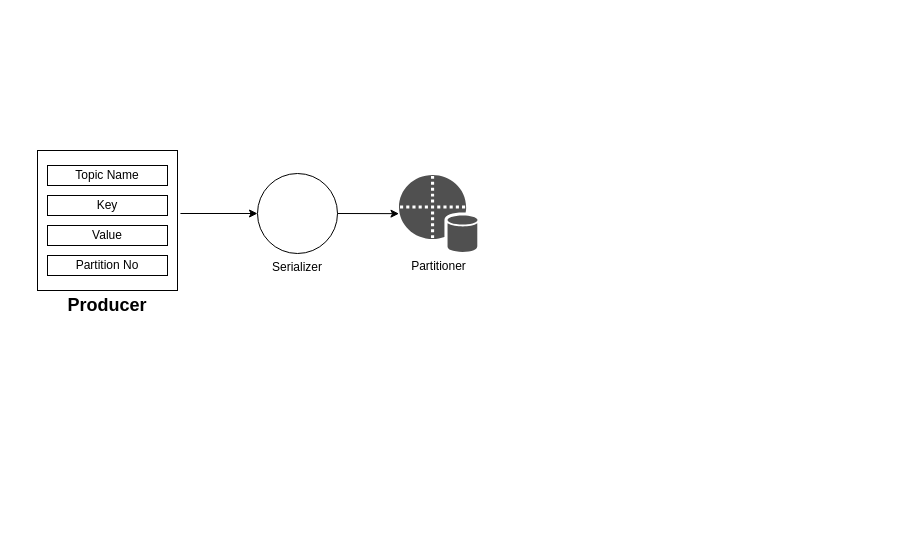
Earlier version of the draw.io diagram producerworkflow.drawio (srinivaspuranamhyd/arc-diagrams). Source tidied: cells renumbered, new cells numbered last; positions are measured from the earlier drawing's top-left corner, leaving out a move shared by most shapes. Both pictures are drawn from the tidied source at 100%, with x=0, y=0 at pixel (37, 150). Pictures stored in the file or linked from it are replaced by grey dashed boxes.
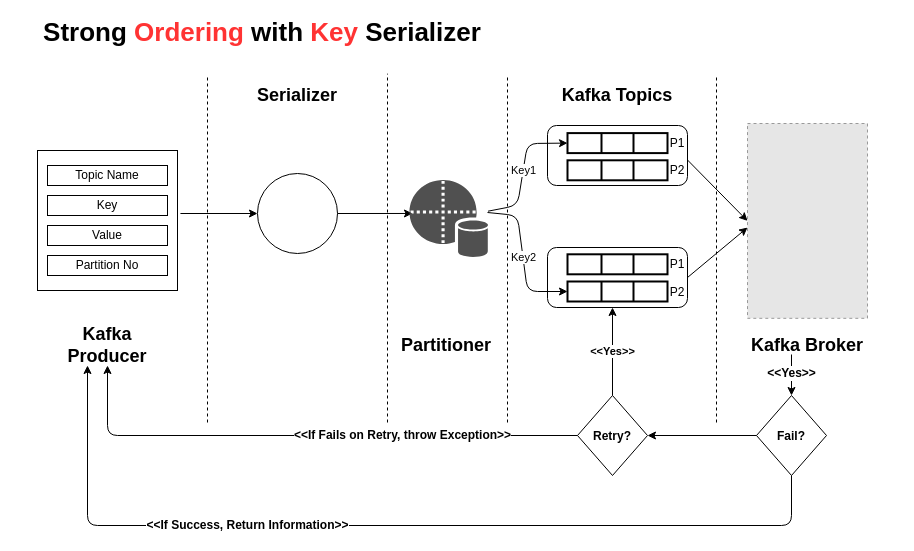
The same diagram, later.

Change to the diagram source:
```diff
@@
-    <mxCell id="3" value="Producer" style="text;html=1;strokeColor=none;fillColor=none;align=center;verticalAlign=middle;whiteSpace=wrap;rounded=0;fontStyle=1;fontSize=18;" parent="1" vertex="1">
-      <mxGeometry x="50" y="145" width="40" height="20" as="geometry" />
+    <mxCell id="3" value="Kafka Producer" style="text;html=1;strokeColor=none;fillColor=none;align=center;verticalAlign=middle;whiteSpace=wrap;rounded=0;fontStyle=1;fontSize=18;" parent="1" vertex="1">
+      <mxGeometry x="50" y="185" width="40" height="20" as="geometry" />
     </mxCell>
@@
-    <mxCell id="9" value="Serializer" style="ellipse;whiteSpace=wrap;html=1;labelPosition=center;verticalLabelPosition=bottom;align=center;verticalAlign=top;" parent="1" vertex="1">
+    <mxCell id="9" style="ellipse;whiteSpace=wrap;html=1;labelPosition=center;verticalLabelPosition=bottom;align=center;verticalAlign=top;" parent="1" vertex="1">
       <mxGeometry x="220" y="23" width="80" height="80" as="geometry" />
     </mxCell>
-    <mxCell id="10" style="endArrow=classic;html=1;fontSize=18;exitX=1;exitY=0.5;exitDx=0;exitDy=0;" parent="1" edge="1" source="9" target="11">
+    <mxCell id="10" style="endArrow=classic;html=1;fontSize=18;exitX=1;exitY=0.5;exitDx=0;exitDy=0;entryX=0.038;entryY=0.432;entryDx=0;entryDy=0;entryPerimeter=0;" parent="1" edge="1" source="9" target="11">
       <mxGeometry relative="1" as="geometry" />
     </mxCell>
-    <mxCell id="11" value="Partitioner" style="shadow=0;dashed=0;html=1;strokeColor=none;fillColor=#505050;labelPosition=center;verticalLabelPosition=bottom;verticalAlign=top;outlineConnect=0;align=center;shape=mxgraph.office.databases.database_partition_4;" parent="1" vertex="1">
-      <mxGeometry x="361.5" y="24.5" width="78.5" height="77.5" as="geometry" />
+    <mxCell id="11" style="shadow=0;dashed=0;html=1;strokeColor=none;fillColor=#505050;labelPosition=center;verticalLabelPosition=bottom;verticalAlign=top;outlineConnect=0;align=center;shape=mxgraph.office.databases.database_partition_4;" parent="1" vertex="1">
+      <mxGeometry x="372" y="29.5" width="78.5" height="77.5" as="geometry" />
     </mxCell>
+    <mxCell id="12" style="rounded=1;whiteSpace=wrap;html=1;" parent="1" vertex="1">
+      <mxGeometry x="510" y="-25" width="140" height="60" as="geometry" />
+    </mxCell>
+    <mxCell id="13" style="rounded=1;whiteSpace=wrap;html=1;" parent="1" vertex="1">
+      <mxGeometry x="510" y="97" width="140" height="60" as="geometry" />
+    </mxCell>
+    <mxCell id="14" style="fillColor=#E6E6E6;strokeColor=#999999;dashed=1;verticalLabelPosition=bottom;labelBackgroundColor=#ffffff;verticalAlign=top;" parent="1" vertex="1">
+      <mxGeometry x="710" y="-27" width="120" height="194.8" as="geometry" />
+    </mxCell>
+    <mxCell id="15" value="Serializer" style="text;html=1;strokeColor=none;fillColor=none;align=center;verticalAlign=middle;whiteSpace=wrap;rounded=0;fontStyle=1;fontSize=18;" parent="1" vertex="1">
+      <mxGeometry x="240" y="-65" width="40" height="20" as="geometry" />
+    </mxCell>
+    <mxCell id="16" value="Partitioner" style="text;html=1;strokeColor=none;fillColor=none;align=center;verticalAlign=middle;whiteSpace=wrap;rounded=0;fontStyle=1;fontSize=18;" parent="1" vertex="1">
+      <mxGeometry x="389.2" y="185" width="40" height="20" as="geometry" />
+    </mxCell>
+    <mxCell id="17" value="Kafka Topics" style="text;html=1;strokeColor=none;fillColor=none;align=center;verticalAlign=middle;whiteSpace=wrap;rounded=0;fontStyle=1;fontSize=18;" parent="1" vertex="1">
+      <mxGeometry x="490" y="-65" width="180" height="20" as="geometry" />
+    </mxCell>
+    <mxCell id="18" value="Kafka Broker" style="text;html=1;strokeColor=none;fillColor=none;align=center;verticalAlign=middle;whiteSpace=wrap;rounded=0;fontStyle=1;fontSize=18;" parent="1" vertex="1">
+      <mxGeometry x="680" y="185" width="180" height="20" as="geometry" />
+    </mxCell>
+    <mxCell id="19" style="strokeWidth=2;html=1;shape=mxgraph.lean_mapping.buffer_or_safety_stock;rotation=-90;" parent="1" vertex="1">
+      <mxGeometry x="570" y="63.8" width="20" height="100" as="geometry" />
+    </mxCell>
+    <mxCell id="20" style="strokeWidth=2;html=1;shape=mxgraph.lean_mapping.buffer_or_safety_stock;rotation=-90;" parent="1" vertex="1">
+      <mxGeometry x="570" y="91" width="20" height="100" as="geometry" />
+    </mxCell>
+    <mxCell id="21" style="strokeWidth=2;html=1;shape=mxgraph.lean_mapping.buffer_or_safety_stock;rotation=-90;" parent="1" vertex="1">
+      <mxGeometry x="570" y="-30.2" width="20" height="100" as="geometry" />
+    </mxCell>
+    <mxCell id="22" style="strokeWidth=2;html=1;shape=mxgraph.lean_mapping.buffer_or_safety_stock;rotation=-90;" parent="1" vertex="1">
+      <mxGeometry x="570" y="-57.4" width="20" height="100" as="geometry" />
+    </mxCell>
+    <mxCell id="23" value="P1" style="text;html=1;strokeColor=none;fillColor=none;align=center;verticalAlign=middle;whiteSpace=wrap;rounded=0;" parent="1" vertex="1">
+      <mxGeometry x="620" y="-17.4" width="40" height="20" as="geometry" />
+    </mxCell>
+    <mxCell id="24" value="P2" style="text;html=1;strokeColor=none;fillColor=none;align=center;verticalAlign=middle;whiteSpace=wrap;rounded=0;" parent="1" vertex="1">
+      <mxGeometry x="620" y="9.5" width="40" height="20" as="geometry" />
+    </mxCell>
+    <mxCell id="25" value="P1" style="text;html=1;strokeColor=none;fillColor=none;align=center;verticalAlign=middle;whiteSpace=wrap;rounded=0;" parent="1" vertex="1">
+      <mxGeometry x="620" y="106.2" width="40" height="15.2" as="geometry" />
+    </mxCell>
+    <mxCell id="26" value="P2" style="text;html=1;strokeColor=none;fillColor=none;align=center;verticalAlign=middle;whiteSpace=wrap;rounded=0;" parent="1" vertex="1">
+      <mxGeometry x="620" y="134" width="40" height="15.2" as="geometry" />
+    </mxCell>
+    <mxCell id="27" value="Key1" style="endArrow=classic;html=1;entryX=0.5;entryY=0;entryDx=0;entryDy=0;" parent="1" edge="1" source="11" target="22">
+      <mxGeometry relative="1" as="geometry">
+        <Array as="points">
+          <mxPoint x="480" y="55" />
+          <mxPoint x="490" y="-7" />
+        </Array>
+      </mxGeometry>
+    </mxCell>
+    <mxCell id="28" value="Key2" style="endArrow=classic;html=1;entryX=0.5;entryY=0;entryDx=0;entryDy=0;" parent="1" edge="1" target="20">
+      <mxGeometry relative="1" as="geometry">
+        <mxPoint x="450" y="62" as="sourcePoint" />
+        <Array as="points">
+          <mxPoint x="480" y="65" />
+          <mxPoint x="490" y="141" />
+        </Array>
+      </mxGeometry>
+    </mxCell>
+    <mxCell id="29" style="endArrow=classic;html=1;exitX=0.75;exitY=0;exitDx=0;exitDy=0;entryX=0;entryY=0.5;entryDx=0;entryDy=0;" parent="1" edge="1" source="24" target="14">
+      <mxGeometry relative="1" as="geometry" />
+    </mxCell>
+    <mxCell id="30" style="endArrow=classic;html=1;exitX=1;exitY=0.5;exitDx=0;exitDy=0;entryX=0;entryY=0.534;entryDx=0;entryDy=0;entryPerimeter=0;" parent="1" edge="1" source="13" target="14">
+      <mxGeometry relative="1" as="geometry" />
+    </mxCell>
+    <mxCell id="31" style="endArrow=none;dashed=1;html=1;" parent="1" edge="1">
+      <mxGeometry relative="1" as="geometry">
+        <mxPoint x="170" y="272" as="sourcePoint" />
+        <mxPoint x="170" y="-75" as="targetPoint" />
+      </mxGeometry>
+    </mxCell>
+    <mxCell id="32" style="endArrow=none;dashed=1;html=1;" parent="1" edge="1">
+      <mxGeometry relative="1" as="geometry">
+        <mxPoint x="350" y="272" as="sourcePoint" />
+        <mxPoint x="350" y="-76.8" as="targetPoint" />
+      </mxGeometry>
+    </mxCell>
+    <mxCell id="33" style="endArrow=none;dashed=1;html=1;" parent="1" edge="1">
+      <mxGeometry relative="1" as="geometry">
+        <mxPoint x="470" y="272" as="sourcePoint" />
+        <mxPoint x="470" y="-74.6" as="targetPoint" />
+      </mxGeometry>
+    </mxCell>
+    <mxCell id="34" style="endArrow=none;dashed=1;html=1;" parent="1" edge="1">
+      <mxGeometry relative="1" as="geometry">
+        <mxPoint x="679" y="272" as="sourcePoint" />
+        <mxPoint x="679" y="-75" as="targetPoint" />
+      </mxGeometry>
+    </mxCell>
+    <mxCell id="35" value="Fail?" style="rhombus;fontStyle=1;" parent="1" vertex="1">
+      <mxGeometry x="719" y="245" width="70" height="80" as="geometry" />
+    </mxCell>
+    <mxCell id="36" value="Retry?" style="rhombus;fontStyle=1;" parent="1" vertex="1">
+      <mxGeometry x="540" y="245" width="70" height="80" as="geometry" />
+    </mxCell>
+    <mxCell id="37" style="endArrow=classic;html=1;exitX=0;exitY=0.5;exitDx=0;exitDy=0;" parent="1" edge="1" source="35" target="36">
+      <mxGeometry relative="1" as="geometry" />
+    </mxCell>
+    <mxCell id="38" style="endArrow=classic;html=1;exitX=0;exitY=0.5;exitDx=0;exitDy=0;" parent="1" edge="1" source="36">
+      <mxGeometry relative="1" as="geometry">
+        <mxPoint x="70" y="215" as="targetPoint" />
+        <Array as="points">
+          <mxPoint x="70" y="285" />
+        </Array>
+      </mxGeometry>
+    </mxCell>
+    <mxCell id="39" value="&amp;lt;&amp;lt;If Fails on Retry, throw Exception&amp;gt;&amp;gt;" style="edgeLabel;html=1;align=center;verticalAlign=middle;fontSize=12;fontStyle=1;" parent="38" vertex="1">
+      <mxGeometry x="-0.35" y="3" relative="1" as="geometry">
+        <mxPoint y="-4" as="offset" />
+      </mxGeometry>
+    </mxCell>
+    <mxCell id="40" value="&lt;b&gt;&amp;lt;&amp;lt;Yes&amp;gt;&amp;gt;&lt;/b&gt;" style="endArrow=classic;html=1;entryX=0.5;entryY=1;entryDx=0;entryDy=0;exitX=0.571;exitY=0;exitDx=0;exitDy=0;exitPerimeter=0;" parent="1" edge="1">
+      <mxGeometry relative="1" as="geometry">
+        <mxPoint x="575" y="245" as="sourcePoint" />
+        <mxPoint x="575" y="157" as="targetPoint" />
+      </mxGeometry>
+    </mxCell>
+    <mxCell id="41" value="&amp;lt;&amp;lt;Yes&amp;gt;&amp;gt;" style="endArrow=classic;html=1;fontSize=12;exitX=0.411;exitY=1.15;exitDx=0;exitDy=0;exitPerimeter=0;fontStyle=1;" parent="1" edge="1">
+      <mxGeometry x="-0.08" relative="1" as="geometry">
+        <mxPoint x="754" y="204" as="sourcePoint" />
+        <mxPoint x="754" y="245" as="targetPoint" />
+      </mxGeometry>
+    </mxCell>
+    <mxCell id="42" style="endArrow=classic;html=1;exitX=0.5;exitY=1;exitDx=0;exitDy=0;" parent="1" edge="1" source="35">
+      <mxGeometry relative="1" as="geometry">
+        <mxPoint x="50" y="215" as="targetPoint" />
+        <Array as="points">
+          <mxPoint x="754" y="375" />
+          <mxPoint x="50" y="375" />
+        </Array>
+      </mxGeometry>
+    </mxCell>
+    <mxCell id="43" value="&amp;lt;&amp;lt;If Success, Return Information&amp;gt;&amp;gt;" style="edgeLabel;html=1;align=center;verticalAlign=middle;fontSize=12;fontStyle=1;" parent="42" vertex="1">
+      <mxGeometry x="-0.35" y="3" relative="1" as="geometry">
+        <mxPoint x="-298" y="-4" as="offset" />
+      </mxGeometry>
+    </mxCell>
+    <mxCell id="44" value="Strong &lt;font color=&quot;#ff3333&quot;&gt;Ordering&lt;/font&gt; with &lt;font color=&quot;#ff3333&quot;&gt;Key&lt;/font&gt; Serializer" style="text;html=1;strokeColor=none;fillColor=none;align=center;verticalAlign=middle;whiteSpace=wrap;rounded=0;fontSize=26;fontStyle=1;" parent="1" vertex="1">
+      <mxGeometry x="-20" y="-128" width="490" height="20" as="geometry" />
+    </mxCell>
```
